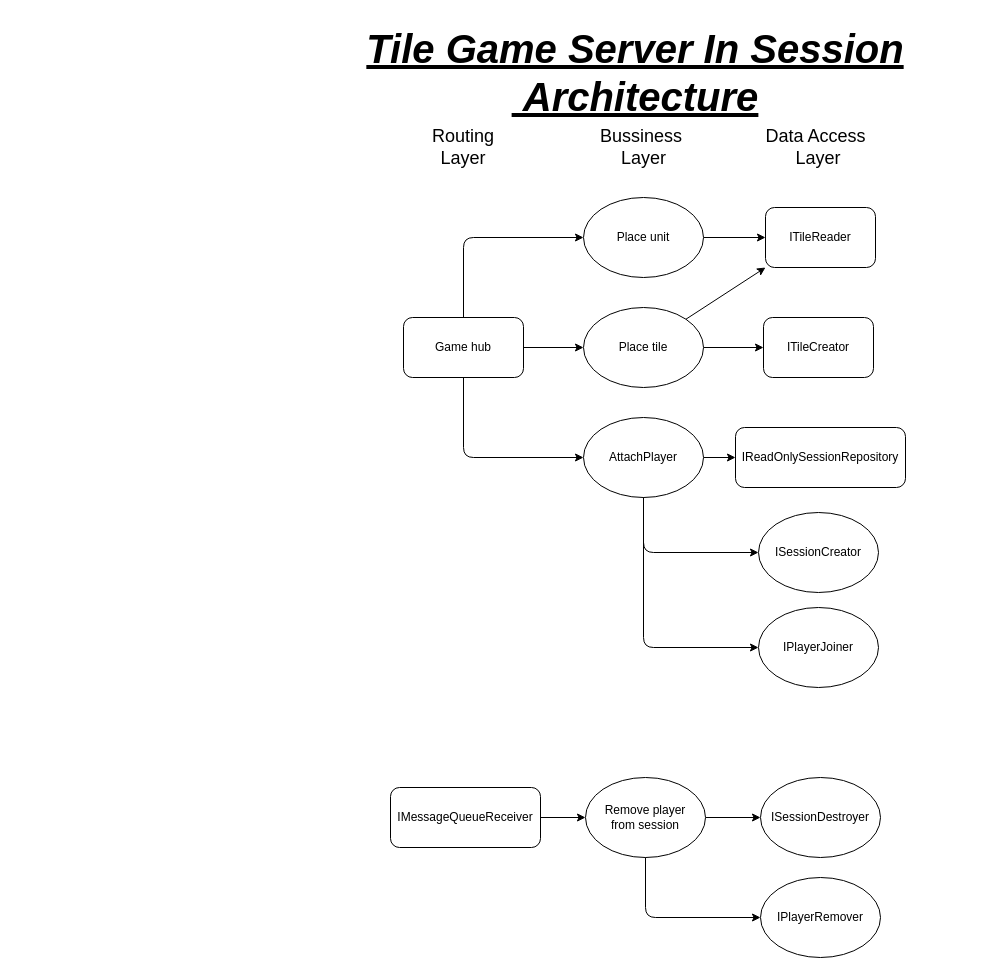
This is Diagrams/TileGameServerInSession.drawio from the-coolest-developers/TileGame-Core, a draw.io file, before an edit. Source tidied: cells renumbered, new cells numbered last; positions are measured from the earlier drawing's top-left corner, leaving out a move shared by most shapes. Both pictures are drawn from the tidied source at 100%, with x=0, y=0 at pixel (280, 17).
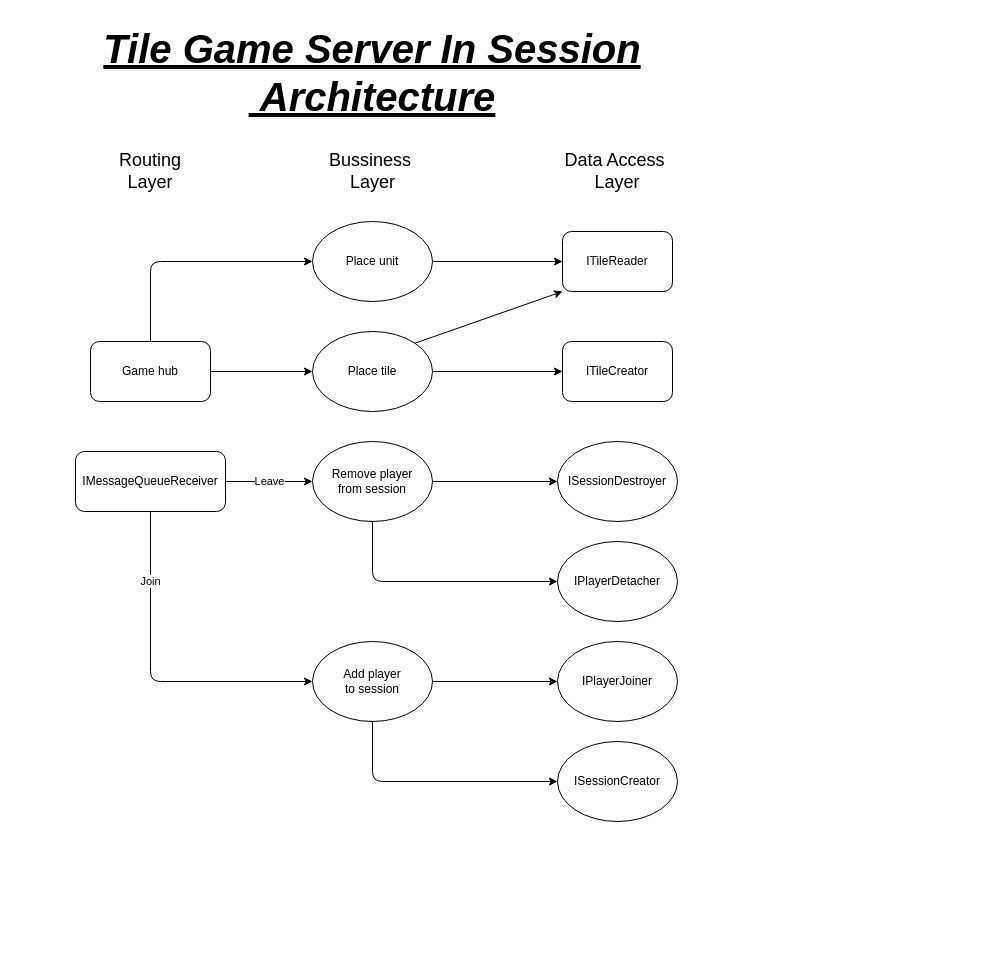
The same diagram, later.

Commit message (it also covers changes not shown here):
[TGS-54] Architecture: TimeGameServer sends Leave and Join notifications to TileGameServer.InSession via RabbitMQ (#64)

Diff of the diagram source:
```diff
@@
     <mxCell id="3" value="Game hub" style="rounded=1;whiteSpace=wrap;html=1;" parent="1" vertex="1">
-      <mxGeometry x="123" y="300" width="120" height="60" as="geometry" />
+      <mxGeometry x="-190" y="324" width="120" height="60" as="geometry" />
     </mxCell>
     <mxCell id="4" style="endArrow=classic;html=1;shadow=0;align=center;edgeStyle=elbowEdgeStyle;exitX=0.5;exitY=0;exitDx=0;exitDy=0;entryX=0;entryY=0.5;entryDx=0;entryDy=0;" parent="1" edge="1" source="3" target="7">
       <mxGeometry relative="1" as="geometry">
         <Array as="points">
-          <mxPoint x="183" y="280" />
+          <mxPoint x="-130" y="304" />
         </Array>
       </mxGeometry>
     </mxCell>
     <mxCell id="5" value="Tile Game Server In Session&lt;br&gt;&amp;nbsp;Architecture" style="text;html=1;strokeColor=none;fillColor=none;align=center;verticalAlign=middle;whiteSpace=wrap;rounded=0;fontStyle=7;horizontal=1;fontSize=40;" parent="1" vertex="1">
-      <mxGeometry width="710" height="110" as="geometry" />
+      <mxGeometry x="-263" width="710" height="110" as="geometry" />
     </mxCell>
@@
     <mxCell id="7" value="Place unit" style="ellipse;whiteSpace=wrap;html=1;fontSize=12;align=center;verticalAlign=middle;" parent="1" vertex="1">
-      <mxGeometry x="303" y="180" width="120" height="80" as="geometry" />
+      <mxGeometry x="32" y="204" width="120" height="80" as="geometry" />
     </mxCell>
@@
     <mxCell id="9" value="Place tile" style="ellipse;whiteSpace=wrap;html=1;fontSize=12;align=center;verticalAlign=middle;" parent="1" vertex="1">
-      <mxGeometry x="303" y="290" width="120" height="80" as="geometry" />
+      <mxGeometry x="32" y="314" width="120" height="80" as="geometry" />
     </mxCell>
     <mxCell id="10" value="&lt;font style=&quot;font-size: 18px&quot;&gt;Data Access&amp;nbsp;&lt;br&gt;Layer&lt;/font&gt;" style="text;html=1;strokeColor=none;fillColor=none;align=center;verticalAlign=middle;whiteSpace=wrap;rounded=0;" parent="1" vertex="1">
-      <mxGeometry x="478" y="120" width="120" height="20" as="geometry" />
+      <mxGeometry x="277" y="144" width="120" height="20" as="geometry" />
     </mxCell>
     <mxCell id="11" value="&lt;font style=&quot;font-size: 18px&quot;&gt;Bussiness&amp;nbsp;&lt;br&gt;Layer&lt;/font&gt;" style="text;html=1;strokeColor=none;fillColor=none;align=center;verticalAlign=middle;whiteSpace=wrap;rounded=0;" parent="1" vertex="1">
-      <mxGeometry x="300.5" y="120" width="125" height="20" as="geometry" />
+      <mxGeometry x="29.5" y="144" width="125" height="20" as="geometry" />
     </mxCell>
     <mxCell id="12" value="&lt;font style=&quot;font-size: 18px&quot;&gt;Routing&lt;br&gt;Layer&lt;/font&gt;" style="text;html=1;strokeColor=none;fillColor=none;align=center;verticalAlign=middle;whiteSpace=wrap;rounded=0;" parent="1" vertex="1">
-      <mxGeometry x="123" y="120" width="120" height="20" as="geometry" />
+      <mxGeometry x="-190" y="144" width="120" height="20" as="geometry" />
     </mxCell>
-    <mxCell id="13" style="edgeStyle=orthogonalEdgeStyle;rounded=0;jettySize=auto;html=1;" parent="1" edge="1" source="14" target="16">
+    <mxCell id="13" value="Leave" style="edgeStyle=orthogonalEdgeStyle;rounded=0;jettySize=auto;html=1;" parent="1" edge="1" source="14" target="16">
       <mxGeometry relative="1" as="geometry" />
     </mxCell>
     <mxCell id="14" value="IMessageQueueReceiver" style="rounded=1;whiteSpace=wrap;html=1;" parent="1" vertex="1">
-      <mxGeometry x="110" y="770" width="150" height="60" as="geometry" />
+      <mxGeometry x="-205" y="434" width="150" height="60" as="geometry" />
     </mxCell>
@@
     <mxCell id="16" value="Remove player &lt;br&gt;from session" style="ellipse;whiteSpace=wrap;html=1;fontSize=12;align=center;verticalAlign=middle;" parent="1" vertex="1">
-      <mxGeometry x="305" y="760" width="120" height="80" as="geometry" />
+      <mxGeometry x="32" y="424" width="120" height="80" as="geometry" />
     </mxCell>
     <mxCell id="17" value="ISessionDestroyer" style="ellipse;whiteSpace=wrap;html=1;fontSize=12;align=center;verticalAlign=middle;" parent="1" vertex="1">
-      <mxGeometry x="480" y="760" width="120" height="80" as="geometry" />
+      <mxGeometry x="277" y="424" width="120" height="80" as="geometry" />
     </mxCell>
-    <mxCell id="18" style="edgeStyle=orthogonalEdgeStyle;rounded=0;jettySize=auto;html=1;" parent="1" edge="1" source="19" target="27">
-      <mxGeometry relative="1" as="geometry" />
-    </mxCell>
-    <mxCell id="19" value="AttachPlayer" style="ellipse;whiteSpace=wrap;html=1;fontSize=12;align=center;verticalAlign=middle;" parent="1" vertex="1">
-      <mxGeometry x="303" y="400" width="120" height="80" as="geometry" />
-    </mxCell>
-    <mxCell id="20" style="endArrow=classic;html=1;shadow=0;align=center;edgeStyle=elbowEdgeStyle;exitX=0.5;exitY=1;exitDx=0;exitDy=0;entryX=0;entryY=0.5;entryDx=0;entryDy=0;" parent="1" edge="1" source="3" target="19">
-      <mxGeometry relative="1" as="geometry">
-        <Array as="points">
-          <mxPoint x="183" y="390" />
-          <mxPoint x="153" y="420" />
-          <mxPoint x="183" y="490" />
-        </Array>
-      </mxGeometry>
-    </mxCell>
-    <mxCell id="21" style="endArrow=classic;html=1;shadow=0;align=center;edgeStyle=elbowEdgeStyle;exitX=0.5;exitY=1;exitDx=0;exitDy=0;entryX=0;entryY=0.5;entryDx=0;entryDy=0;" parent="1" edge="1" source="19" target="22">
-      <mxGeometry relative="1" as="geometry">
-        <Array as="points">
-          <mxPoint x="363" y="530" />
-          <mxPoint x="368" y="540" />
-          <mxPoint x="328" y="570" />
-          <mxPoint x="358" y="640" />
-        </Array>
-      </mxGeometry>
-    </mxCell>
-    <mxCell id="22" value="ISessionCreator" style="ellipse;whiteSpace=wrap;html=1;fontSize=12;align=center;verticalAlign=middle;" parent="1" vertex="1">
-      <mxGeometry x="478" y="495" width="120" height="80" as="geometry" />
-    </mxCell>
     <mxCell id="23" style="endArrow=classic;html=1;shadow=0;align=center;edgeStyle=elbowEdgeStyle;exitX=0.5;exitY=1;exitDx=0;exitDy=0;entryX=0;entryY=0.5;entryDx=0;entryDy=0;" parent="1" edge="1" source="16" target="24">
       <mxGeometry relative="1" as="geometry">
         <Array as="points">
-          <mxPoint x="365" y="860" />
-          <mxPoint x="365" y="910" />
-          <mxPoint x="325" y="940" />
-          <mxPoint x="355" y="1010" />
+          <mxPoint x="92" y="524" />
+          <mxPoint x="92" y="574" />
+          <mxPoint x="52" y="604" />
+          <mxPoint x="82" y="674" />
         </Array>
       </mxGeometry>
     </mxCell>
-    <mxCell id="24" value="IPlayerRemover" style="ellipse;whiteSpace=wrap;html=1;fontSize=12;align=center;verticalAlign=middle;" parent="1" vertex="1">
-      <mxGeometry x="480" y="860" width="120" height="80" as="geometry" />
+    <mxCell id="24" value="IPlayerDetacher" style="ellipse;whiteSpace=wrap;html=1;fontSize=12;align=center;verticalAlign=middle;" parent="1" vertex="1">
+      <mxGeometry x="277" y="524" width="120" height="80" as="geometry" />
     </mxCell>
-    <mxCell id="25" style="endArrow=classic;html=1;shadow=0;align=center;edgeStyle=elbowEdgeStyle;exitX=0.5;exitY=1;exitDx=0;exitDy=0;entryX=0;entryY=0.5;entryDx=0;entryDy=0;" parent="1" edge="1" source="19" target="26">
-      <mxGeometry relative="1" as="geometry">
-        <Array as="points">
-          <mxPoint x="363" y="620" />
-          <mxPoint x="368" y="630" />
-          <mxPoint x="328" y="660" />
-          <mxPoint x="358" y="730" />
-        </Array>
-      </mxGeometry>
-    </mxCell>
-    <mxCell id="26" value="IPlayerJoiner" style="ellipse;whiteSpace=wrap;html=1;fontSize=12;align=center;verticalAlign=middle;" parent="1" vertex="1">
-      <mxGeometry x="478" y="590" width="120" height="80" as="geometry" />
-    </mxCell>
-    <mxCell id="27" value="IReadOnlySessionRepository" style="rounded=1;whiteSpace=wrap;html=1;" parent="1" vertex="1">
-      <mxGeometry x="455" y="410" width="170" height="60" as="geometry" />
-    </mxCell>
     <mxCell id="28" value="ITileReader" style="rounded=1;whiteSpace=wrap;html=1;" parent="1" vertex="1">
-      <mxGeometry x="485" y="190" width="110" height="60" as="geometry" />
+      <mxGeometry x="282" y="214" width="110" height="60" as="geometry" />
     </mxCell>
@@
     <mxCell id="30" value="ITileCreator" style="rounded=1;whiteSpace=wrap;html=1;" parent="1" vertex="1">
-      <mxGeometry x="483" y="300" width="110" height="60" as="geometry" />
+      <mxGeometry x="282" y="324" width="110" height="60" as="geometry" />
     </mxCell>
+    <mxCell id="31" style="edgeStyle=orthogonalEdgeStyle;rounded=0;jettySize=auto;html=1;" parent="1" edge="1" source="32" target="26">
+      <mxGeometry relative="1" as="geometry" />
+    </mxCell>
+    <mxCell id="32" value="Add player &lt;br&gt;to session" style="ellipse;whiteSpace=wrap;html=1;fontSize=12;align=center;verticalAlign=middle;" parent="1" vertex="1">
+      <mxGeometry x="32" y="624" width="120" height="80" as="geometry" />
+    </mxCell>
+    <mxCell id="33" value="Join" style="endArrow=classic;html=1;shadow=0;align=center;edgeStyle=elbowEdgeStyle;exitX=0.5;exitY=1;exitDx=0;exitDy=0;entryX=0;entryY=0.5;entryDx=0;entryDy=0;" parent="1" edge="1" source="14" target="32">
+      <mxGeometry x="-0.58" relative="1" as="geometry">
+        <Array as="points">
+          <mxPoint x="-130" y="544" />
+          <mxPoint x="-88" y="524" />
+          <mxPoint x="-105" y="544" />
+          <mxPoint x="-105" y="594" />
+          <mxPoint x="-145" y="624" />
+          <mxPoint x="-115" y="694" />
+        </Array>
+      </mxGeometry>
+    </mxCell>
+    <mxCell id="26" value="IPlayerJoiner" style="ellipse;whiteSpace=wrap;html=1;fontSize=12;align=center;verticalAlign=middle;" parent="1" vertex="1">
+      <mxGeometry x="277" y="624" width="120" height="80" as="geometry" />
+    </mxCell>
+    <mxCell id="34" style="endArrow=classic;html=1;shadow=0;align=center;edgeStyle=elbowEdgeStyle;exitX=0.5;exitY=1;exitDx=0;exitDy=0;entryX=0;entryY=0.5;entryDx=0;entryDy=0;" parent="1" edge="1" source="32" target="22">
+      <mxGeometry relative="1" as="geometry">
+        <Array as="points">
+          <mxPoint x="92" y="774" />
+          <mxPoint x="97" y="784" />
+          <mxPoint x="57" y="814" />
+          <mxPoint x="87" y="884" />
+        </Array>
+      </mxGeometry>
+    </mxCell>
+    <mxCell id="22" value="ISessionCreator" style="ellipse;whiteSpace=wrap;html=1;fontSize=12;align=center;verticalAlign=middle;" parent="1" vertex="1">
+      <mxGeometry x="277" y="724" width="120" height="80" as="geometry" />
+    </mxCell>
```
